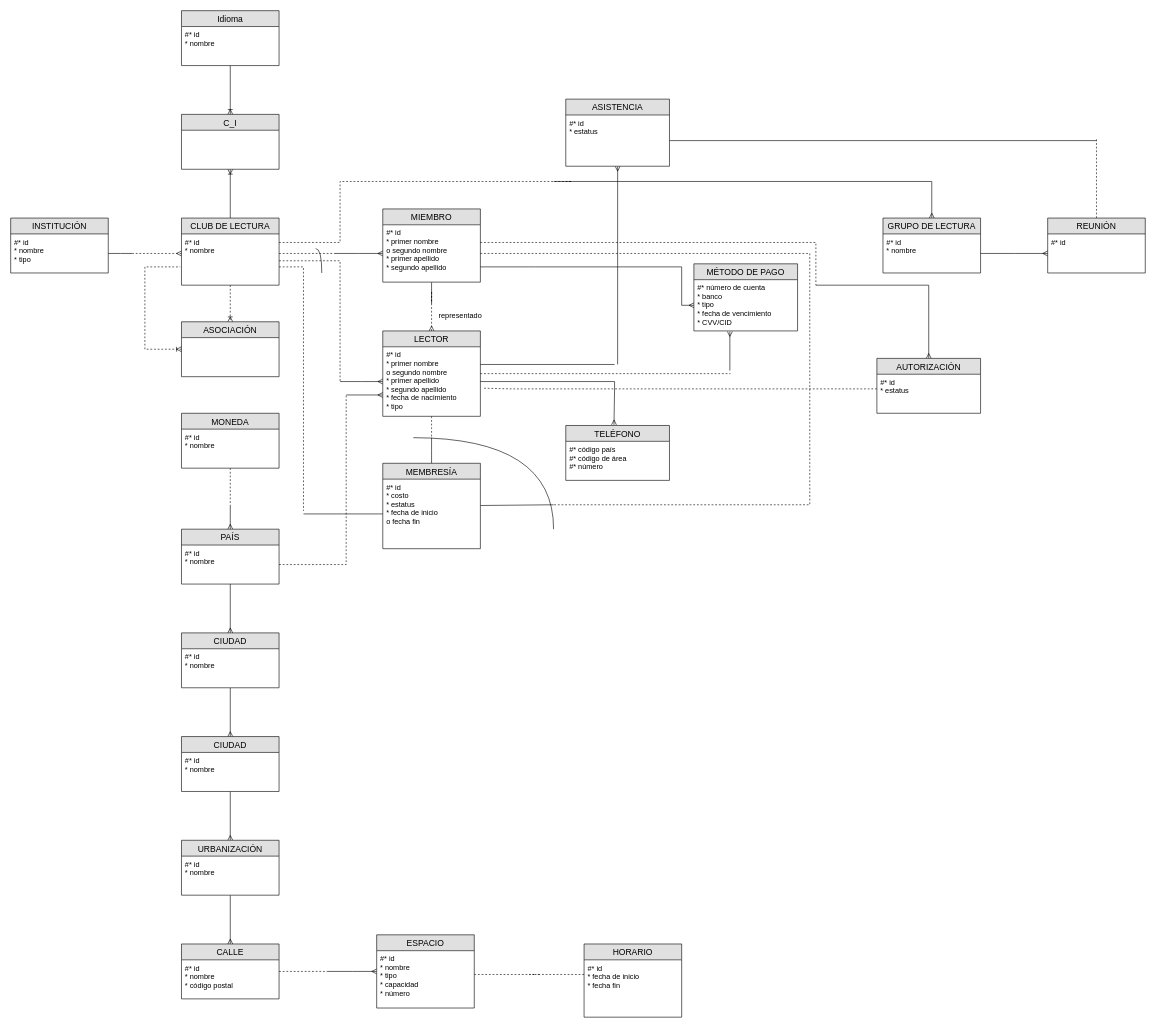
Above: DB I/ER.drawio in NeutronBlast/IS-Ex (draw.io), before the change. Source tidied: cells renumbered, new cells numbered last; positions are measured from the earlier drawing's top-left corner, leaving out a move shared by most shapes. Both pictures are drawn from the tidied source at 61%, with x=0, y=0 at pixel (10, 10).
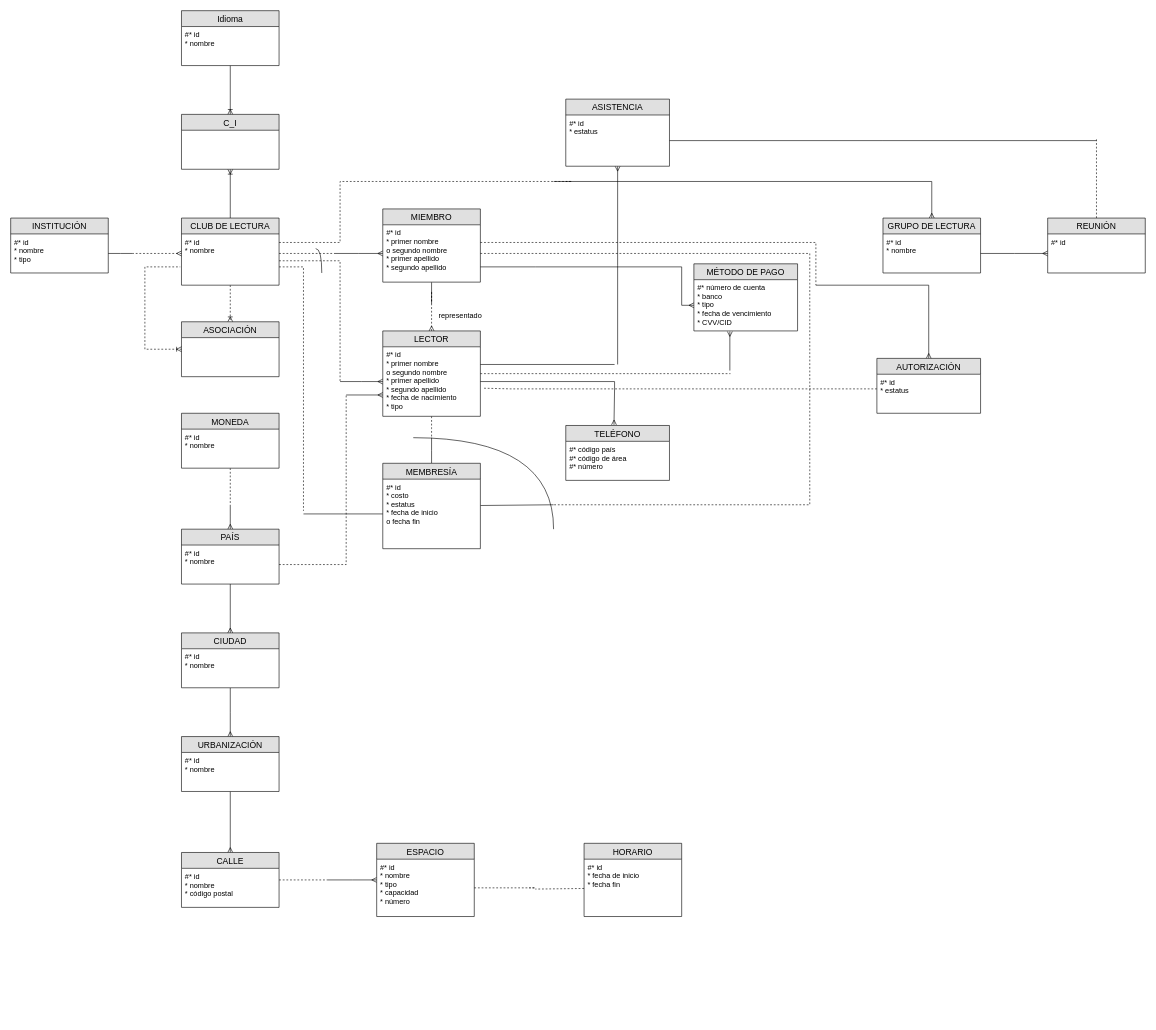
The same page after the edit.

Unchanged cells that the change refers to:
```xml
<mxCell id="42" value="CIUDAD" style="swimlane;fontStyle=0;horizontal=1;startSize=26;fillColor=#e0e0e0;swimlaneFillColor=#ffffff;align=center;fontSize=14;" parent="1" vertex="1">
  <mxGeometry x="280" y="1020" width="160" height="90" as="geometry" />
</mxCell>
<mxCell id="56" value="#* id&#10;* nombre&#10;* tipo&#10;* capacidad&#10;* número" style="text;strokeColor=none;fillColor=none;spacingLeft=4;spacingRight=4;overflow=hidden;points=[[0,0.5],[1,0.5]];portConstraint=eastwest;fontSize=12;" parent="55" vertex="1">
  <mxGeometry y="26" width="160" height="94" as="geometry" />
</mxCell>
<mxCell id="58" value="#* id&#10;* fecha de inicio&#10;* fecha fin" style="text;strokeColor=none;fillColor=none;spacingLeft=4;spacingRight=4;overflow=hidden;points=[[0,0.5],[1,0.5]];portConstraint=eastwest;fontSize=12;" parent="57" vertex="1">
  <mxGeometry y="26" width="160" height="94" as="geometry" />
</mxCell>
```

Diff of the diagram source:
```diff
@@
-    <mxCell id="41" style="edgeStyle=orthogonalEdgeStyle;rounded=0;jettySize=auto;html=1;startArrow=none;startFill=0;endArrow=ERmany;endFill=0;" parent="1" edge="1" source="42" target="45">
-      <mxGeometry relative="1" as="geometry" />
+    <mxCell id="41" style="edgeStyle=orthogonalEdgeStyle;rounded=0;jettySize=auto;html=1;startArrow=none;startFill=0;endArrow=ERmany;endFill=0;" parent="1" edge="1" source="42">
+      <mxGeometry relative="1" as="geometry">
+        <mxPoint x="360" y="1190" as="targetPoint" />
+      </mxGeometry>
     </mxCell>
@@
-    <mxCell id="44" style="edgeStyle=orthogonalEdgeStyle;rounded=0;jettySize=auto;html=1;startArrow=none;startFill=0;endArrow=ERmany;endFill=0;" parent="1" edge="1" source="45" target="48">
-      <mxGeometry relative="1" as="geometry" />
-    </mxCell>
-    <mxCell id="45" value="CIUDAD" style="swimlane;fontStyle=0;horizontal=1;startSize=26;fillColor=#e0e0e0;swimlaneFillColor=#ffffff;align=center;fontSize=14;" parent="1" vertex="1">
-      <mxGeometry x="280" y="1190" width="160" height="90" as="geometry" />
-    </mxCell>
-    <mxCell id="46" value="#* id&#10;* nombre" style="text;strokeColor=none;fillColor=none;spacingLeft=4;spacingRight=4;overflow=hidden;fontSize=12;" parent="45" vertex="1">
-      <mxGeometry y="26" width="160" height="64" as="geometry" />
-    </mxCell>
@@
     <mxCell id="48" value="URBANIZACIÓN" style="swimlane;fontStyle=0;horizontal=1;startSize=26;fillColor=#e0e0e0;swimlaneFillColor=#ffffff;align=center;fontSize=14;" parent="1" vertex="1">
-      <mxGeometry x="280" y="1360" width="160" height="90" as="geometry" />
+      <mxGeometry x="280" y="1190" width="160" height="90" as="geometry" />
     </mxCell>
@@
     <mxCell id="50" style="edgeStyle=orthogonalEdgeStyle;rounded=0;jettySize=auto;html=1;startArrow=none;startFill=0;endArrow=none;endFill=0;dashed=1;" parent="1" edge="1" source="51">
       <mxGeometry relative="1" as="geometry">
-        <mxPoint x="520" y="1575" as="targetPoint" />
+        <mxPoint x="520" y="1425" as="targetPoint" />
       </mxGeometry>
     </mxCell>
     <mxCell id="51" value="CALLE" style="swimlane;fontStyle=0;horizontal=1;startSize=26;fillColor=#e0e0e0;swimlaneFillColor=#ffffff;align=center;fontSize=14;" parent="1" vertex="1">
-      <mxGeometry x="280" y="1530" width="160" height="90" as="geometry" />
+      <mxGeometry x="280" y="1380" width="160" height="90" as="geometry" />
     </mxCell>
@@
     <mxCell id="53" style="edgeStyle=orthogonalEdgeStyle;rounded=0;jettySize=auto;html=1;startArrow=ERmany;startFill=0;endArrow=none;endFill=0;" parent="1" edge="1" source="55">
       <mxGeometry relative="1" as="geometry">
-        <mxPoint x="520" y="1575" as="targetPoint" />
+        <mxPoint x="520" y="1425" as="targetPoint" />
       </mxGeometry>
     </mxCell>
-    <mxCell id="54" style="edgeStyle=orthogonalEdgeStyle;rounded=0;jettySize=auto;html=1;dashed=1;startArrow=none;startFill=0;endArrow=none;endFill=0;" parent="1" edge="1" source="55">
-      <mxGeometry relative="1" as="geometry">
-        <mxPoint x="850" y="1580" as="targetPoint" />
-        <Array as="points">
-          <mxPoint x="860" y="1580" />
-        </Array>
-      </mxGeometry>
-    </mxCell>
     <mxCell id="55" value="ESPACIO" style="swimlane;fontStyle=0;horizontal=1;startSize=26;fillColor=#e0e0e0;swimlaneFillColor=#ffffff;align=center;fontSize=14;" parent="1" vertex="1">
-      <mxGeometry x="600" y="1515" width="160" height="120" as="geometry" />
+      <mxGeometry x="600" y="1365" width="160" height="120" as="geometry" />
     </mxCell>
@@
     <mxCell id="57" value="HORARIO" style="swimlane;fontStyle=0;horizontal=1;startSize=26;fillColor=#e0e0e0;swimlaneFillColor=#ffffff;align=center;fontSize=14;" parent="1" vertex="1">
-      <mxGeometry x="940" y="1530" width="160" height="120" as="geometry" />
+      <mxGeometry x="940" y="1365" width="160" height="120" as="geometry" />
     </mxCell>
@@
-    <mxCell id="59" style="edgeStyle=orthogonalEdgeStyle;rounded=0;jettySize=auto;html=1;dashed=1;startArrow=none;startFill=0;endArrow=none;endFill=0;" parent="1" edge="1" source="58">
+    <mxCell id="59" style="rounded=0;jettySize=auto;html=1;dashed=1;startArrow=none;startFill=0;endArrow=none;endFill=0;" parent="1" edge="1" source="58">
       <mxGeometry relative="1" as="geometry">
-        <mxPoint x="870" y="1580" as="targetPoint" />
-        <Array as="points">
-          <mxPoint x="860" y="1580" />
-        </Array>
+        <mxPoint x="860" y="1440" as="targetPoint" />
       </mxGeometry>
     </mxCell>
@@
+    <mxCell id="94" style="edgeStyle=orthogonalEdgeStyle;rounded=0;jettySize=auto;html=1;dashed=1;startArrow=none;startFill=0;endArrow=none;endFill=0;" parent="1" edge="1" source="56">
+      <mxGeometry relative="1" as="geometry">
+        <mxPoint x="850" y="1438" as="targetPoint" />
+        <Array as="points">
+          <mxPoint x="860" y="1438" />
+        </Array>
+      </mxGeometry>
+    </mxCell>
```
